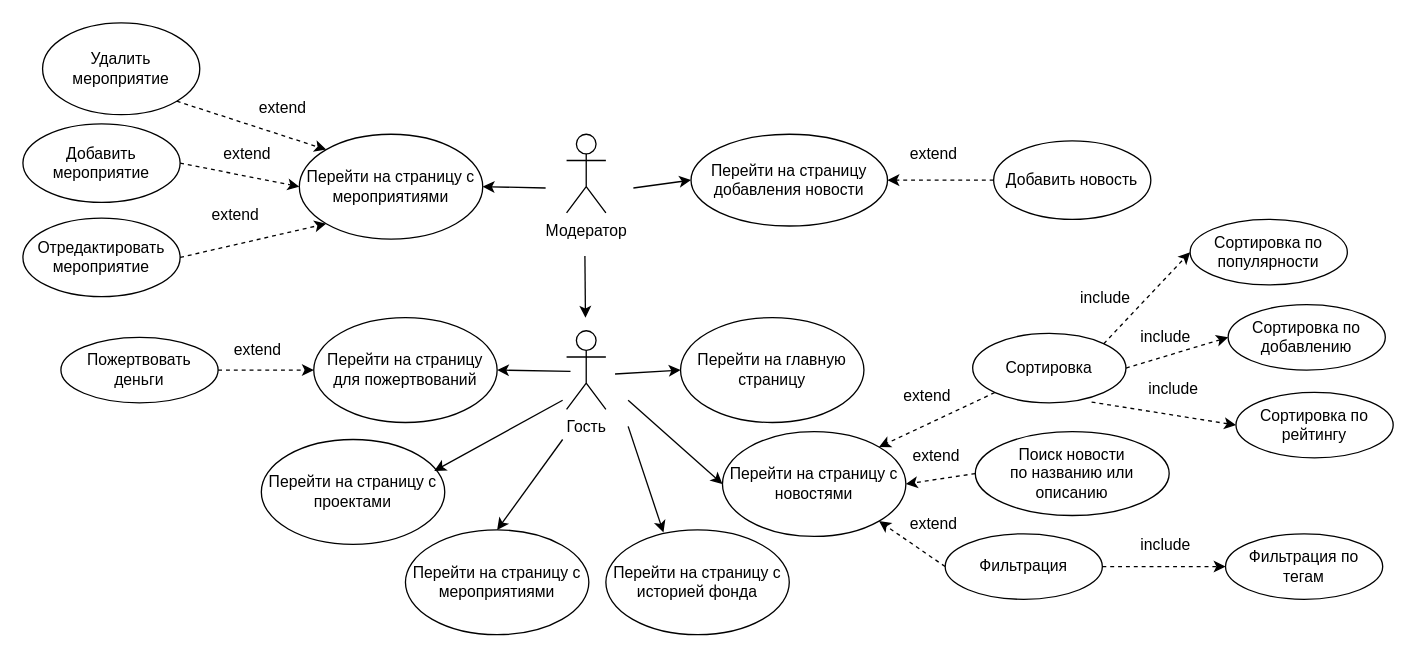
Before: page "Use-case 3" (14 of 17) of img/Диаграмма без названия.drawio in Discordiks/Pink_girls, a draw.io diagram. Source tidied: cells renumbered, new cells numbered last; positions are measured from the earlier drawing's top-left corner, leaving out a move shared by most shapes. Both pictures are drawn from the tidied source at 131%, with x=0, y=0 at pixel (22, 22).
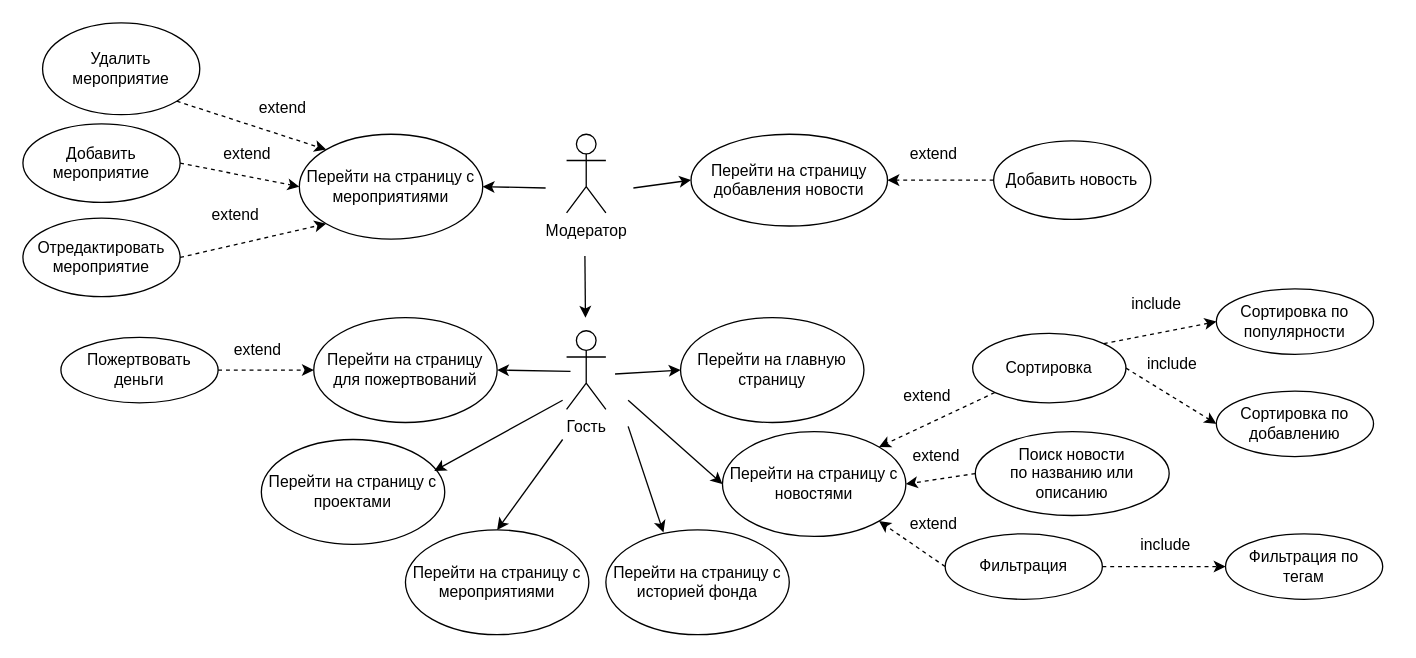
After the change.

Unchanged cells that the change refers to:
```xml
<mxCell id="45" value="Сортировка" style="ellipse;whiteSpace=wrap;html=1;" parent="1" vertex="1">
  <mxGeometry x="725" y="237" width="117" height="53" as="geometry" />
</mxCell>
```

Diff of the diagram source:
```diff
@@
     <mxCell id="46" value="Сортировка по популярности" style="ellipse;whiteSpace=wrap;html=1;" parent="1" vertex="1">
-      <mxGeometry x="891" y="150" width="120" height="50" as="geometry" />
+      <mxGeometry x="911" y="203" width="120" height="50" as="geometry" />
     </mxCell>
     <mxCell id="47" value="Сортировка по добавлению" style="ellipse;whiteSpace=wrap;html=1;" parent="1" vertex="1">
-      <mxGeometry x="920" y="215" width="120" height="50" as="geometry" />
+      <mxGeometry x="911" y="281" width="120" height="50" as="geometry" />
     </mxCell>
-    <mxCell id="48" value="&lt;div&gt;Сортировка по рейтингу&lt;/div&gt;" style="ellipse;whiteSpace=wrap;html=1;" parent="1" vertex="1">
-      <mxGeometry x="926" y="282" width="120" height="50" as="geometry" />
-    </mxCell>
@@
-    <mxCell id="52" style="endArrow=classic;html=1;rounded=0;entryX=0;entryY=0.5;entryDx=0;entryDy=0;exitX=0.776;exitY=0.989;exitDx=0;exitDy=0;dashed=1;exitPerimeter=0;" parent="1" edge="1" source="45" target="48">
-      <mxGeometry relative="1" as="geometry" />
-    </mxCell>
@@
     <mxCell id="54" value="include" style="text;html=1;align=center;verticalAlign=middle;strokeColor=none;fillColor=none;" parent="1" vertex="1">
-      <mxGeometry x="796" y="195" width="60" height="30" as="geometry" />
+      <mxGeometry x="835" y="200" width="60" height="30" as="geometry" />
     </mxCell>
     <mxCell id="55" value="include" style="text;html=1;align=center;verticalAlign=middle;strokeColor=none;fillColor=none;" parent="1" vertex="1">
-      <mxGeometry x="842" y="225" width="60" height="30" as="geometry" />
+      <mxGeometry x="847" y="246" width="60" height="30" as="geometry" />
     </mxCell>
-    <mxCell id="56" value="include" style="text;html=1;align=center;verticalAlign=middle;strokeColor=none;fillColor=none;" parent="1" vertex="1">
-      <mxGeometry x="848" y="265" width="60" height="30" as="geometry" />
-    </mxCell>
```
